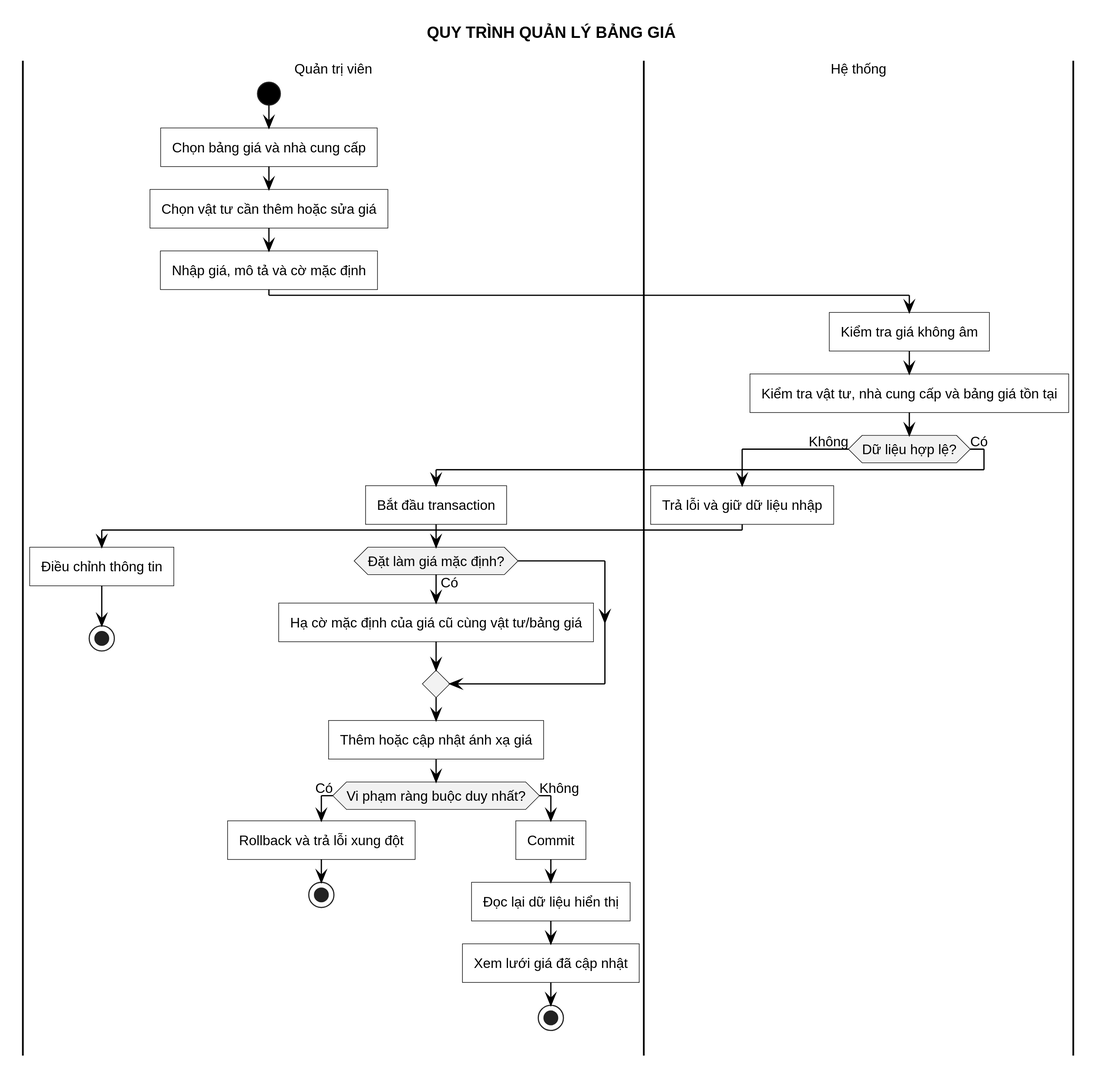
Above: LVTN/diagrams/ch03/activity-manage-pricing.svg in Miikey24s/gtas_vpp (PlantUML), before the change.
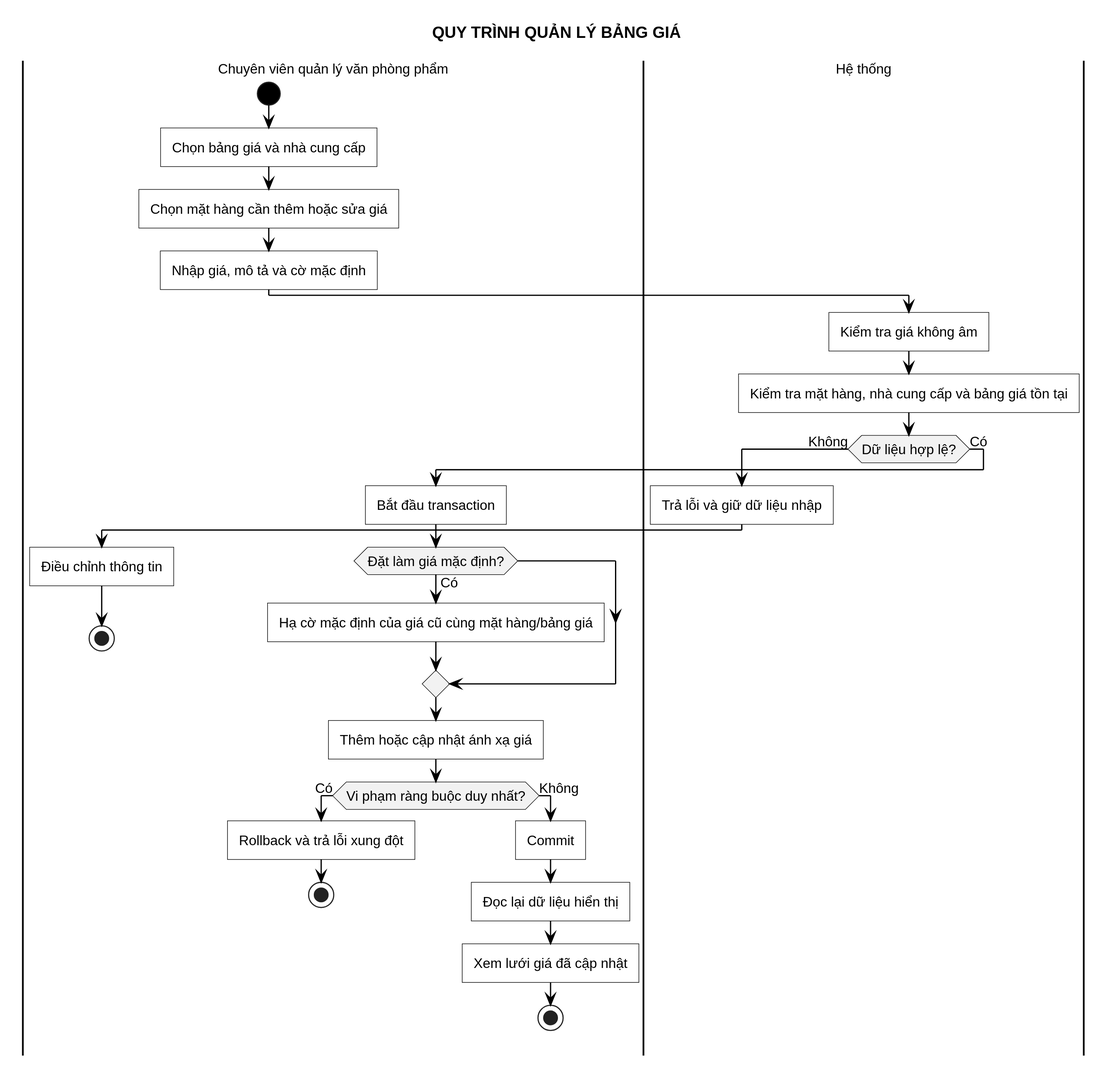
Above is the later version.

Diff of the diagram source:
```diff
@@ -2,23 +2,23 @@
 !include ../common/activity-style.puml
 title QUY TRÌNH QUẢN LÝ BẢNG GIÁ
 
-|Quản trị viên|
+|Chuyên viên quản lý văn phòng phẩm|
 start
 :Chọn bảng giá và nhà cung cấp;
-:Chọn vật tư cần thêm hoặc sửa giá;
+:Chọn mặt hàng cần thêm hoặc sửa giá;
 :Nhập giá, mô tả và cờ mặc định;
 |Hệ thống|
 :Kiểm tra giá không âm;
-:Kiểm tra vật tư, nhà cung cấp và bảng giá tồn tại;
+:Kiểm tra mặt hàng, nhà cung cấp và bảng giá tồn tại;
 if (Dữ liệu hợp lệ?) then (Không)
   :Trả lỗi và giữ dữ liệu nhập;
-  |Quản trị viên|
+  |Chuyên viên quản lý văn phòng phẩm|
   :Điều chỉnh thông tin;
   stop
 else (Có)
   :Bắt đầu transaction;
   if (Đặt làm giá mặc định?) then (Có)
-    :Hạ cờ mặc định của giá cũ cùng vật tư/bảng giá;
+    :Hạ cờ mặc định của giá cũ cùng mặt hàng/bảng giá;
   endif
   :Thêm hoặc cập nhật ánh xạ giá;
   if (Vi phạm ràng buộc duy nhất?) then (Có)
@@ -27,7 +27,7 @@
   else (Không)
     :Commit;
     :Đọc lại dữ liệu hiển thị;
-    |Quản trị viên|
+    |Chuyên viên quản lý văn phòng phẩm|
     :Xem lưới giá đã cập nhật;
     stop
   endif
```
